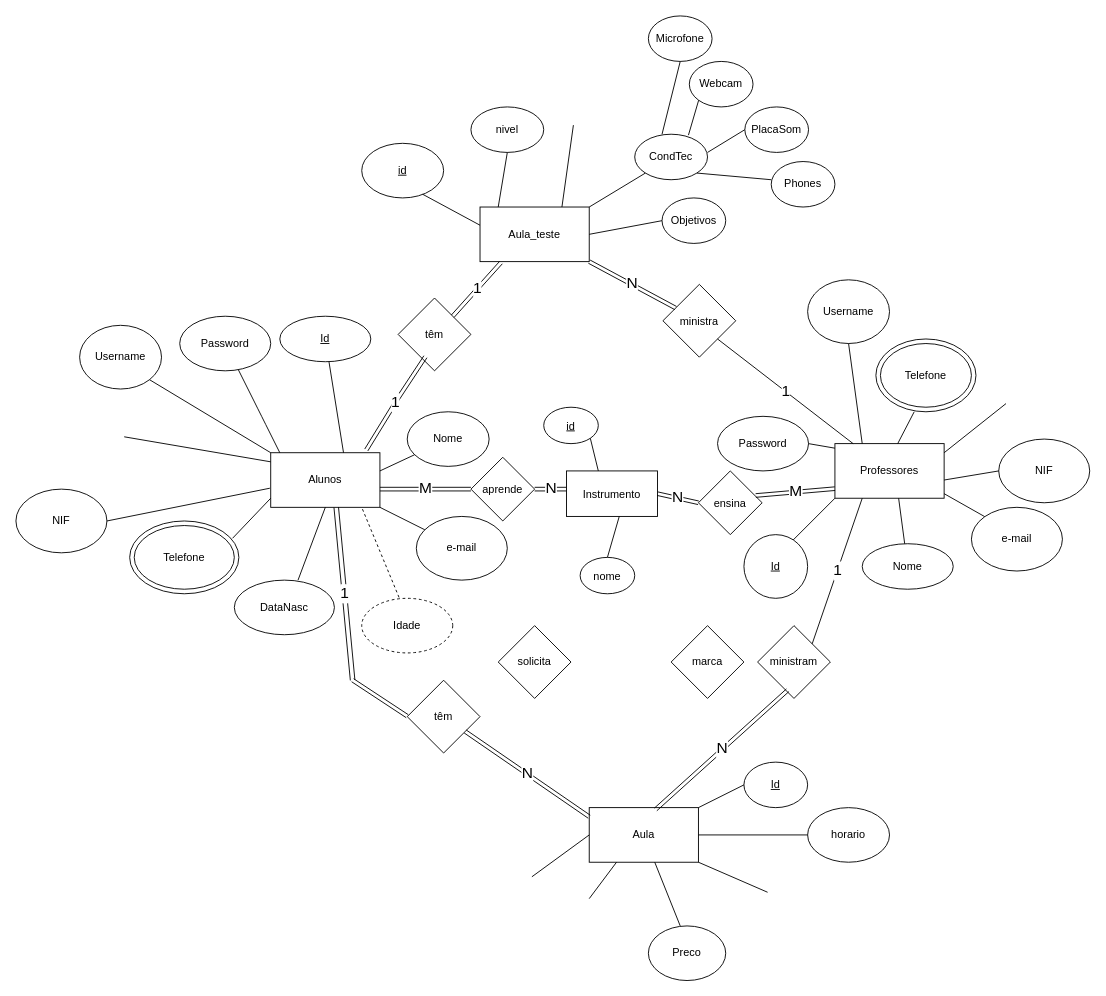
This is Modelo_inicial.drawio from brenexvex/firstproject, a draw.io file, before an edit. Source tidied: cells renumbered, new cells numbered last; positions are measured from the earlier drawing's top-left corner, leaving out a move shared by most shapes. Both pictures are drawn from the tidied source at 91%, with x=0, y=0 at pixel (15, 15).
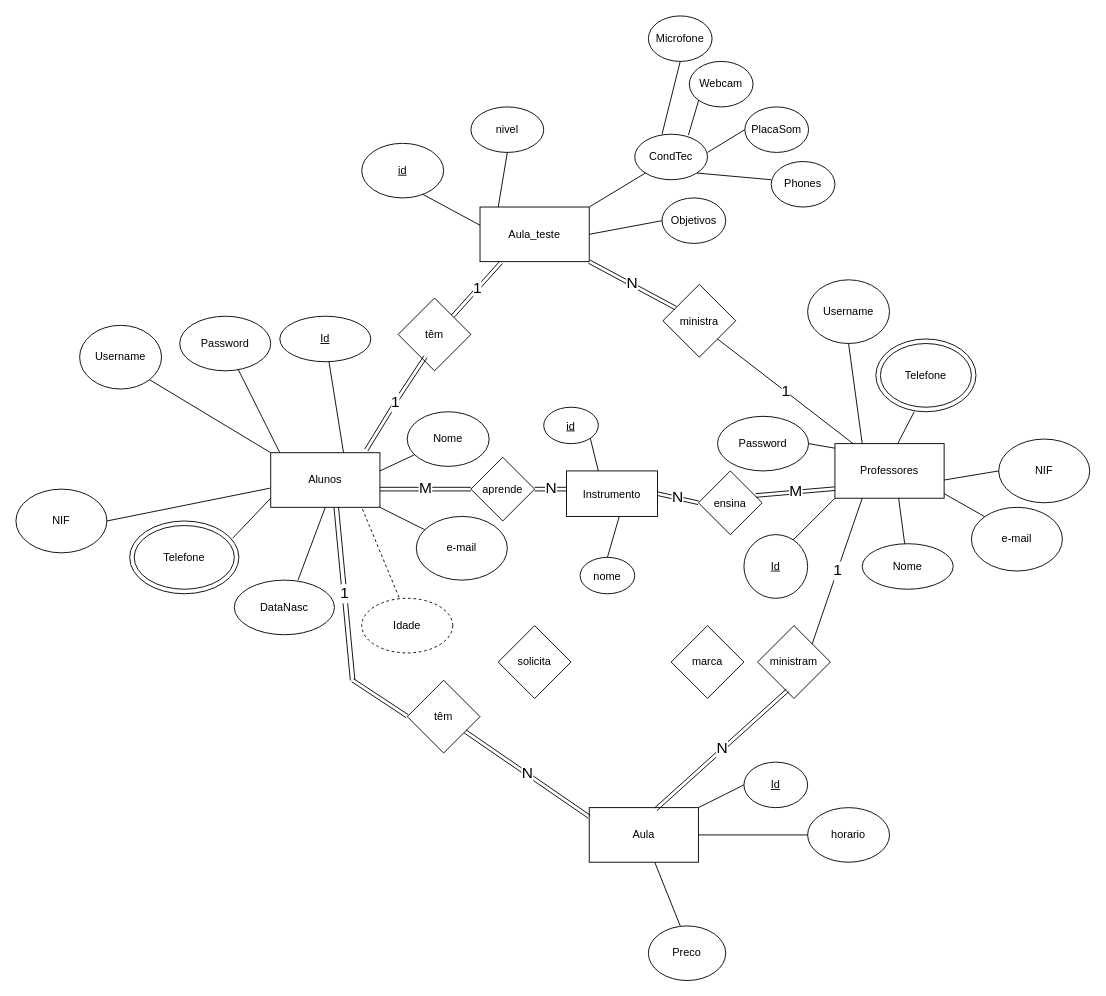
After the change.

Unchanged cells that the change refers to:
```xml
<mxCell id="25" value="Aula" style="rounded=0;whiteSpace=wrap;html=1;" parent="1" vertex="1">
  <mxGeometry x="630" y="870" width="120" height="60" as="geometry" />
</mxCell>
```

Diff of the diagram source:
```diff
@@
-    <mxCell id="42" style="endArrow=none;html=1;exitX=0.967;exitY=0.267;exitDx=0;exitDy=0;exitPerimeter=0;" parent="1" edge="1">
-      <mxGeometry relative="1" as="geometry">
-        <mxPoint x="567" y="946" as="sourcePoint" />
-        <mxPoint x="630" y="900" as="targetPoint" />
-      </mxGeometry>
-    </mxCell>
-    <mxCell id="43" style="endArrow=none;html=1;entryX=0.25;entryY=1;entryDx=0;entryDy=0;" parent="1" edge="1" target="25">
-      <mxGeometry relative="1" as="geometry">
-        <mxPoint x="630" y="970" as="sourcePoint" />
-      </mxGeometry>
-    </mxCell>
@@
-    <mxCell id="54" style="endArrow=none;html=1;" parent="1" edge="1">
-      <mxGeometry relative="1" as="geometry">
-        <mxPoint x="119" y="462.5" as="sourcePoint" />
-        <mxPoint x="280" y="490" as="targetPoint" />
-      </mxGeometry>
-    </mxCell>
@@
-    <mxCell id="57" style="endArrow=none;html=1;entryX=0.343;entryY=1;entryDx=0;entryDy=0;entryPerimeter=0;" parent="1" edge="1">
-      <mxGeometry relative="1" as="geometry">
-        <mxPoint x="600" y="210" as="sourcePoint" />
-        <mxPoint x="612.6" y="120" as="targetPoint" />
-      </mxGeometry>
-    </mxCell>
@@
-    <mxCell id="90" style="endArrow=none;html=1;fontSize=17;exitX=1;exitY=1;exitDx=0;exitDy=0;entryX=0.168;entryY=0.05;entryDx=0;entryDy=0;entryPerimeter=0;" parent="1" edge="1" source="25">
-      <mxGeometry relative="1" as="geometry">
-        <mxPoint x="826" y="963" as="targetPoint" />
-      </mxGeometry>
-    </mxCell>
-    <mxCell id="91" style="endArrow=none;html=1;fontSize=17;entryX=0.058;entryY=0.767;entryDx=0;entryDy=0;entryPerimeter=0;" parent="1" edge="1">
-      <mxGeometry relative="1" as="geometry">
-        <mxPoint x="1020" y="480" as="sourcePoint" />
-        <mxPoint x="1088" y="426" as="targetPoint" />
-      </mxGeometry>
-    </mxCell>
```
